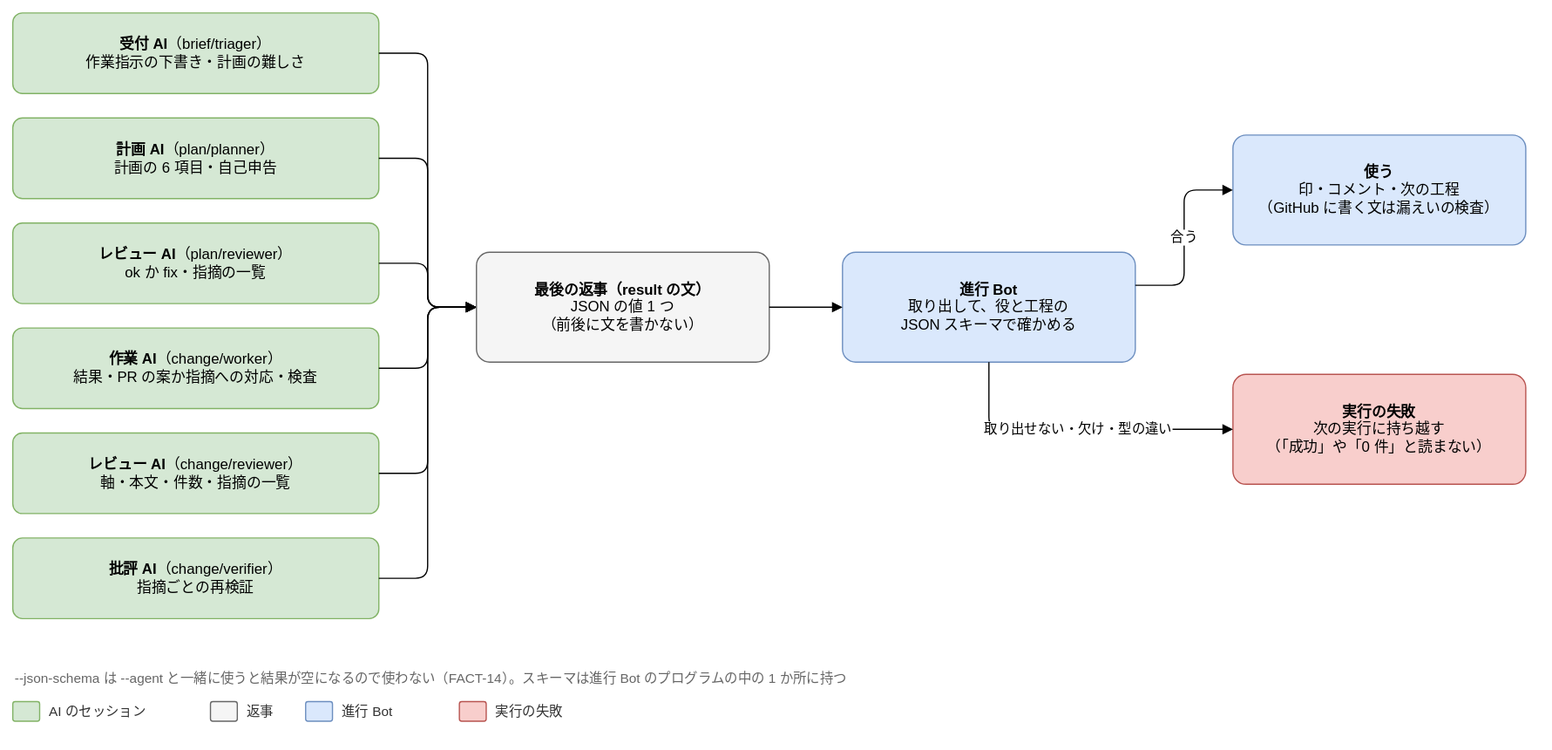
Joymerrevent/dev-autopilot keeps this draw.io diagram as docs/design/basic/diagrams/03-output-contracts.drawio.svg. Above is the earlier version. Source tidied: cells renumbered, new cells last; positions are measured from the earlier drawing's top-left corner, leaving out a move shared by most shapes.
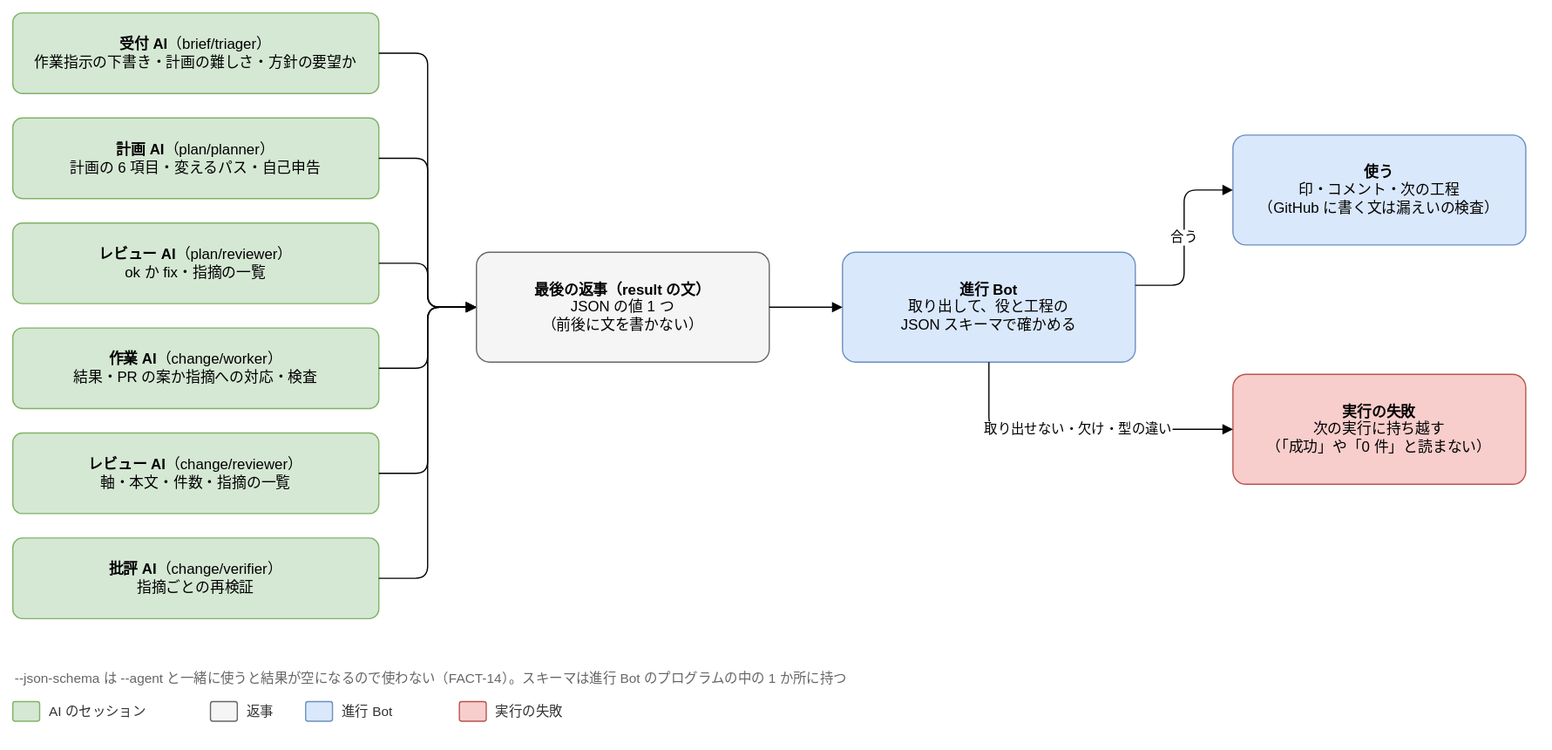
After the change.

What changed in the source:
```diff
@@ -2,13 +2,13 @@
   <root>
     <mxCell id="0" />
     <mxCell id="1" parent="0" />
-    <mxCell id="2" value="&lt;b&gt;受付 AI&lt;/b&gt;（brief/triager）&lt;br&gt;作業指示の下書き・計画の難しさ" style="rounded=1;whiteSpace=wrap;html=1;fontSize=12;arcSize=12;spacing=12;fillColor=#d5e8d4;strokeColor=#82b366;" parent="1" vertex="1">
+    <mxCell id="2" value="&lt;b&gt;受付 AI&lt;/b&gt;（brief/triager）&lt;br&gt;作業指示の下書き・計画の難しさ・方針の要望か" style="rounded=1;whiteSpace=wrap;html=1;fontSize=12;arcSize=12;spacing=12;fillColor=#d5e8d4;strokeColor=#82b366;" parent="1" vertex="1">
       <mxGeometry width="300" height="66" as="geometry" />
     </mxCell>
     <mxCell id="3" style="edgeStyle=orthogonalEdgeStyle;rounded=1;html=1;endArrow=block;endFill=1;fontSize=11;labelBackgroundColor=#ffffff;exitX=1;exitY=0.5;exitDx=0;exitDy=0;entryX=0;entryY=0.5;entryDx=0;entryDy=0;" parent="1" edge="1" source="2" target="14">
       <mxGeometry relative="1" as="geometry" />
     </mxCell>
-    <mxCell id="4" value="&lt;b&gt;計画 AI&lt;/b&gt;（plan/planner）&lt;br&gt;計画の 6 項目・自己申告" style="rounded=1;whiteSpace=wrap;html=1;fontSize=12;arcSize=12;spacing=12;fillColor=#d5e8d4;strokeColor=#82b366;" parent="1" vertex="1">
+    <mxCell id="4" value="&lt;b&gt;計画 AI&lt;/b&gt;（plan/planner）&lt;br&gt;計画の 6 項目・変えるパス・自己申告" style="rounded=1;whiteSpace=wrap;html=1;fontSize=12;arcSize=12;spacing=12;fillColor=#d5e8d4;strokeColor=#82b366;" parent="1" vertex="1">
       <mxGeometry y="86" width="300" height="66" as="geometry" />
     </mxCell>
     <mxCell id="5" style="edgeStyle=orthogonalEdgeStyle;rounded=1;html=1;endArrow=block;endFill=1;fontSize=11;labelBackgroundColor=#ffffff;exitX=1;exitY=0.5;exitDx=0;exitDy=0;entryX=0;entryY=0.5;entryDx=0;entryDy=0;" parent="1" edge="1" source="4" target="14">
```
